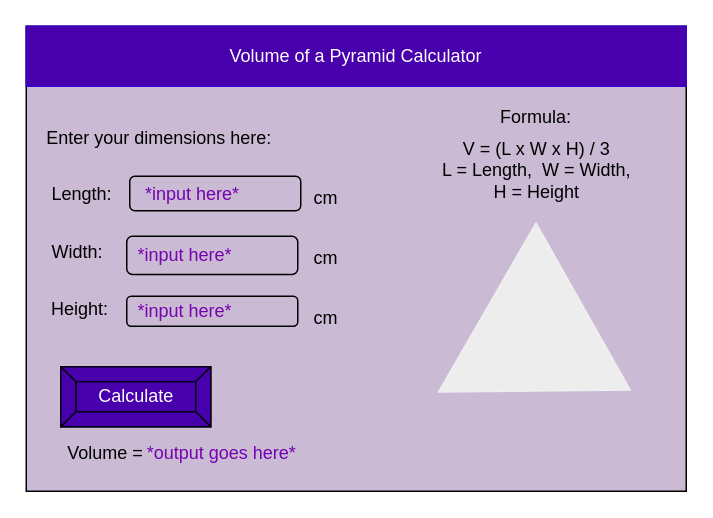
This is design/story-board.drawio from Liya-Getachew/ICS2O-Unit3-02-JS, a draw.io file, before an edit. Source tidied: cells renumbered, new cells numbered last; positions are measured from the earlier drawing's top-left corner, leaving out a move shared by most shapes. Both pictures are drawn from the tidied source at 150%, with x=0, y=0 at pixel (26, 26).
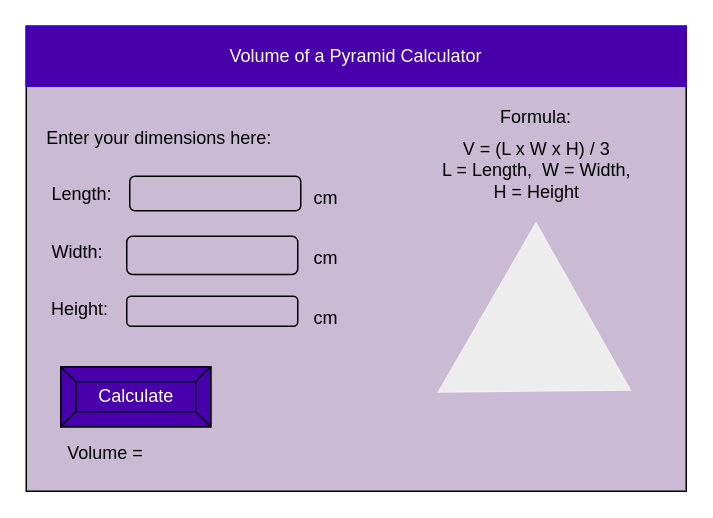
After the change.

Commit message (it also covers changes not shown here):
edit chart and board

Change to the diagram source:
```diff
@@
-    <mxCell id="19" value="*output goes here*" style="text;html=1;strokeColor=none;fillColor=none;align=center;verticalAlign=middle;whiteSpace=wrap;rounded=0;fontColor=#7602B0;labelBackgroundColor=none;" parent="1" vertex="1">
-      <mxGeometry x="75" y="270" width="111" height="30" as="geometry" />
-    </mxCell>
-    <mxCell id="20" value="*input here*" style="text;html=1;strokeColor=none;fillColor=none;align=center;verticalAlign=middle;whiteSpace=wrap;rounded=0;fontColor=#7602B0;" parent="1" vertex="1">
-      <mxGeometry x="60.5" y="96.5" width="99.5" height="30" as="geometry" />
-    </mxCell>
-    <mxCell id="21" value="*input here*" style="text;html=1;strokeColor=none;fillColor=none;align=center;verticalAlign=middle;whiteSpace=wrap;rounded=0;fontColor=#7602B0;" parent="1" vertex="1">
-      <mxGeometry x="60.5" y="137.8" width="89.5" height="30" as="geometry" />
-    </mxCell>
-    <mxCell id="22" value="*input here*" style="text;html=1;strokeColor=none;fillColor=none;align=center;verticalAlign=middle;whiteSpace=wrap;rounded=0;fontColor=#7602B0;" parent="1" vertex="1">
-      <mxGeometry x="60.5" y="175" width="89.5" height="30" as="geometry" />
-    </mxCell>
```
